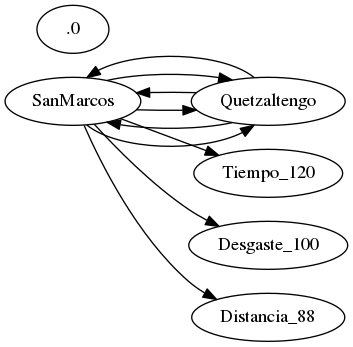
Above: codigo/mapaVehiculo.png in DRM5314/proyectoFinalEstructura (Graphviz), before the change. Its source is kept beside it as codigo/mapaVehiculo.dot.
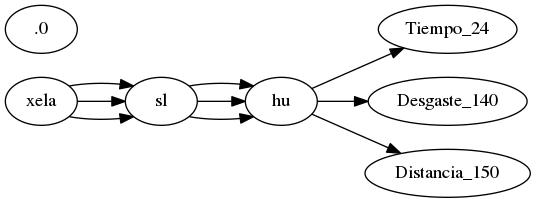
After the commit.

The edit, as a diff of the source:
```diff
@@ -1,3 +1,3 @@
 digraph A {
 rankdir=LR;
-SanMarcos->Quetzaltengo->SanMarcos->Tiempo_120.0;SanMarcos->Quetzaltengo->SanMarcos->Desgaste_100.0;SanMarcos->Quetzaltengo->SanMarcos->Distancia_88.0;}
+xela->sl->hu->Tiempo_24.0;xela->sl->hu->Desgaste_140.0;xela->sl->hu->Distancia_150.0;}
```
